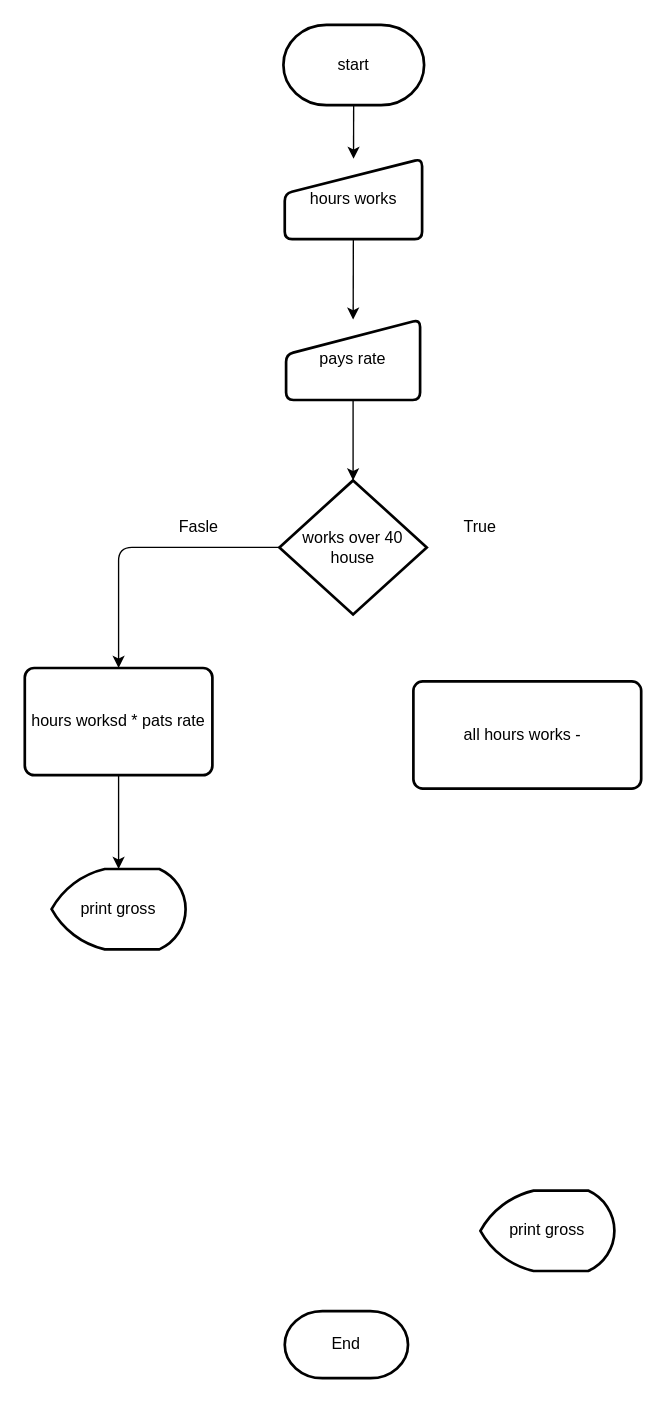
This is lacture02/EXERCISE-2.drawio from beam2711/pythonclass, a draw.io file, before an edit. Source tidied: cells renumbered, new cells numbered last; positions are measured from the earlier drawing's top-left corner, leaving out a move shared by most shapes. Both pictures are drawn from the tidied source at 134%, with x=0, y=0 at pixel (24, 24).
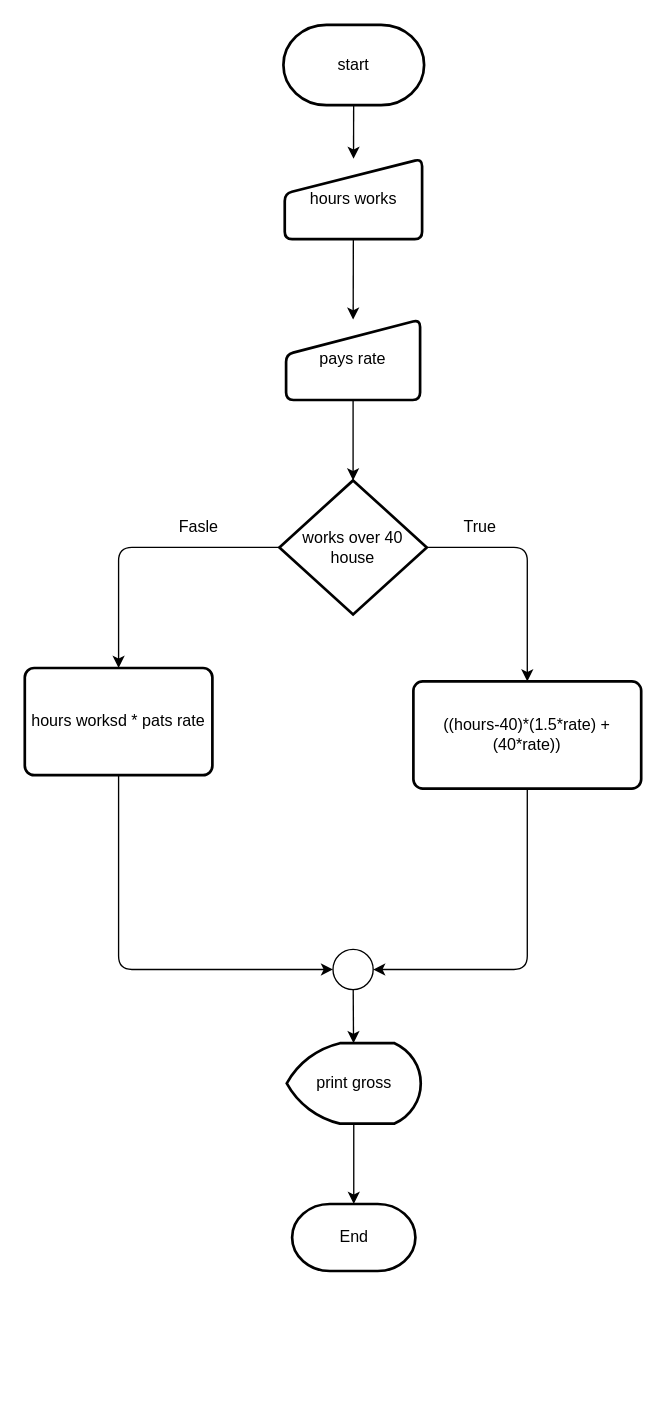
The same diagram, later.

Unchanged cells that the change refers to:
```xml
<mxCell id="7" value="works over 40 house" style="strokeWidth=2;html=1;shape=mxgraph.flowchart.decision;whiteSpace=wrap;" parent="1" vertex="1">
  <mxGeometry x="190" y="340" width="110" height="100" as="geometry" />
</mxCell>
<mxCell id="9" value="hours worksd * pats rate" style="rounded=1;whiteSpace=wrap;html=1;absoluteArcSize=1;arcSize=14;strokeWidth=2;" parent="1" vertex="1">
  <mxGeometry y="480" width="140" height="80" as="geometry" />
</mxCell>
```

Change to the diagram source:
```diff
@@
+    <mxCell id="18" style="edgeStyle=none;html=1;exitX=1;exitY=0.5;exitDx=0;exitDy=0;exitPerimeter=0;entryX=0.5;entryY=0;entryDx=0;entryDy=0;" parent="1" edge="1" source="7" target="17">
+      <mxGeometry relative="1" as="geometry">
+        <Array as="points">
+          <mxPoint x="375" y="390" />
+        </Array>
+      </mxGeometry>
+    </mxCell>
@@
-    <mxCell id="8" style="edgeStyle=none;html=1;" parent="1" edge="1" source="9" target="11">
-      <mxGeometry relative="1" as="geometry" />
-    </mxCell>
+    <mxCell id="19" style="edgeStyle=none;html=1;exitX=0.5;exitY=1;exitDx=0;exitDy=0;entryX=0;entryY=0.5;entryDx=0;entryDy=0;entryPerimeter=0;" parent="1" edge="1" source="9" target="23">
+      <mxGeometry relative="1" as="geometry">
+        <Array as="points">
+          <mxPoint x="70" y="705" />
+        </Array>
+      </mxGeometry>
+    </mxCell>
@@
+    <mxCell id="20" style="edgeStyle=none;html=1;" parent="1" edge="1" source="10" target="16">
+      <mxGeometry relative="1" as="geometry" />
+    </mxCell>
     <mxCell id="10" value="print gross" style="strokeWidth=2;html=1;shape=mxgraph.flowchart.display;whiteSpace=wrap;" parent="1" vertex="1">
-      <mxGeometry x="340" y="870" width="100" height="60" as="geometry" />
+      <mxGeometry x="195.5" y="760" width="100" height="60" as="geometry" />
     </mxCell>
-    <mxCell id="11" value="print gross" style="strokeWidth=2;html=1;shape=mxgraph.flowchart.display;whiteSpace=wrap;" parent="1" vertex="1">
-      <mxGeometry x="20" y="630" width="100" height="60" as="geometry" />
-    </mxCell>
@@
     <mxCell id="16" value="End" style="strokeWidth=2;html=1;shape=mxgraph.flowchart.terminator;whiteSpace=wrap;" parent="1" vertex="1">
-      <mxGeometry x="194" y="960" width="92" height="50" as="geometry" />
+      <mxGeometry x="199.5" y="880" width="92" height="50" as="geometry" />
     </mxCell>
+    <mxCell id="21" style="edgeStyle=none;html=1;exitX=0.5;exitY=1;exitDx=0;exitDy=0;entryX=1;entryY=0.5;entryDx=0;entryDy=0;entryPerimeter=0;" parent="1" edge="1" source="17" target="23">
+      <mxGeometry relative="1" as="geometry">
+        <Array as="points">
+          <mxPoint x="375" y="705" />
+        </Array>
+      </mxGeometry>
+    </mxCell>
-    <mxCell id="17" value="all hours works -&amp;nbsp;&amp;nbsp;" style="rounded=1;whiteSpace=wrap;html=1;absoluteArcSize=1;arcSize=14;strokeWidth=2;" parent="1" vertex="1">
+    <mxCell id="17" value="((hours-40)*(1.5*rate) + (40*rate))" style="rounded=1;whiteSpace=wrap;html=1;absoluteArcSize=1;arcSize=14;strokeWidth=2;" parent="1" vertex="1">
       <mxGeometry x="290" y="490" width="170" height="80" as="geometry" />
     </mxCell>
+    <mxCell id="22" style="edgeStyle=none;html=1;" parent="1" edge="1" source="23" target="10">
+      <mxGeometry relative="1" as="geometry" />
+    </mxCell>
+    <mxCell id="23" style="verticalLabelPosition=bottom;verticalAlign=top;html=1;shape=mxgraph.flowchart.on-page_reference;fillColor=none;" parent="1" vertex="1">
+      <mxGeometry x="230" y="690" width="30" height="30" as="geometry" />
+    </mxCell>
```
